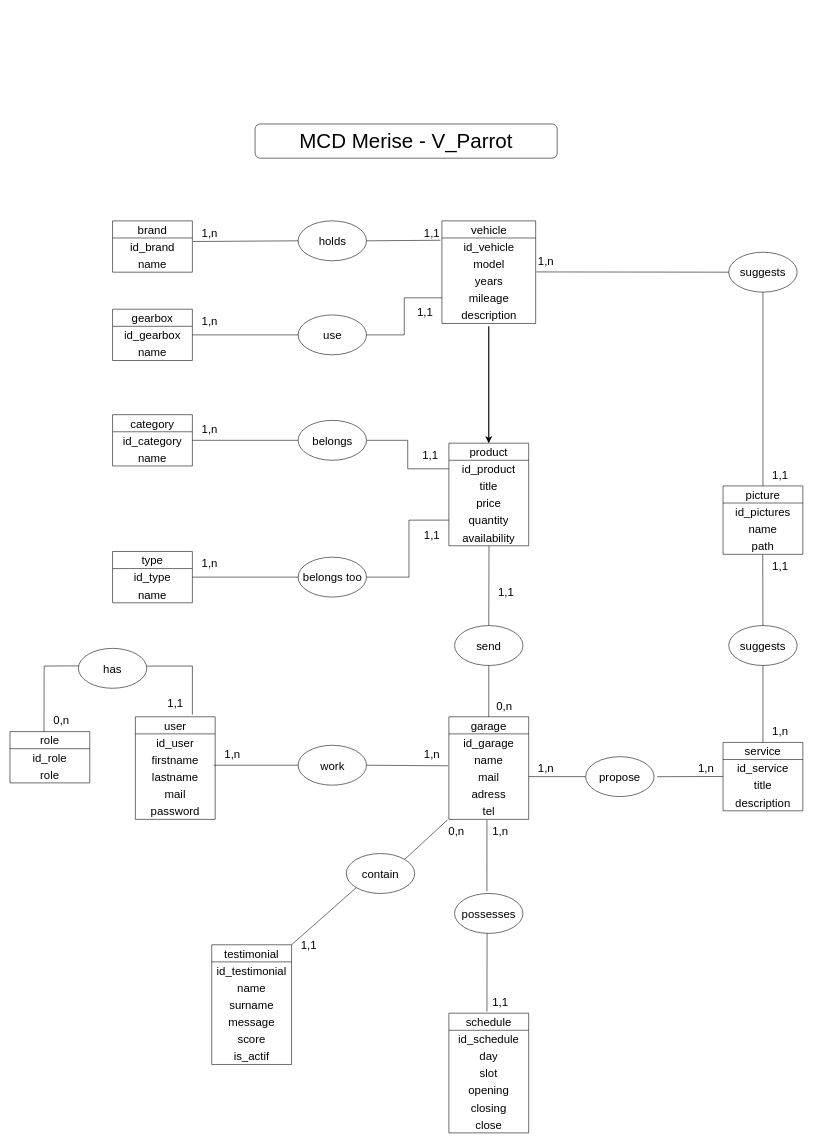
Above: doc/MCD.drawio in Lykoleen/SF_V_Parrot (draw.io), before the change. Source tidied: cells renumbered, new cells numbered last; positions are measured from the earlier drawing's top-left corner, leaving out a move shared by most shapes. Both pictures are drawn from the tidied source at 57%, with x=0, y=0 at pixel (10, 124).
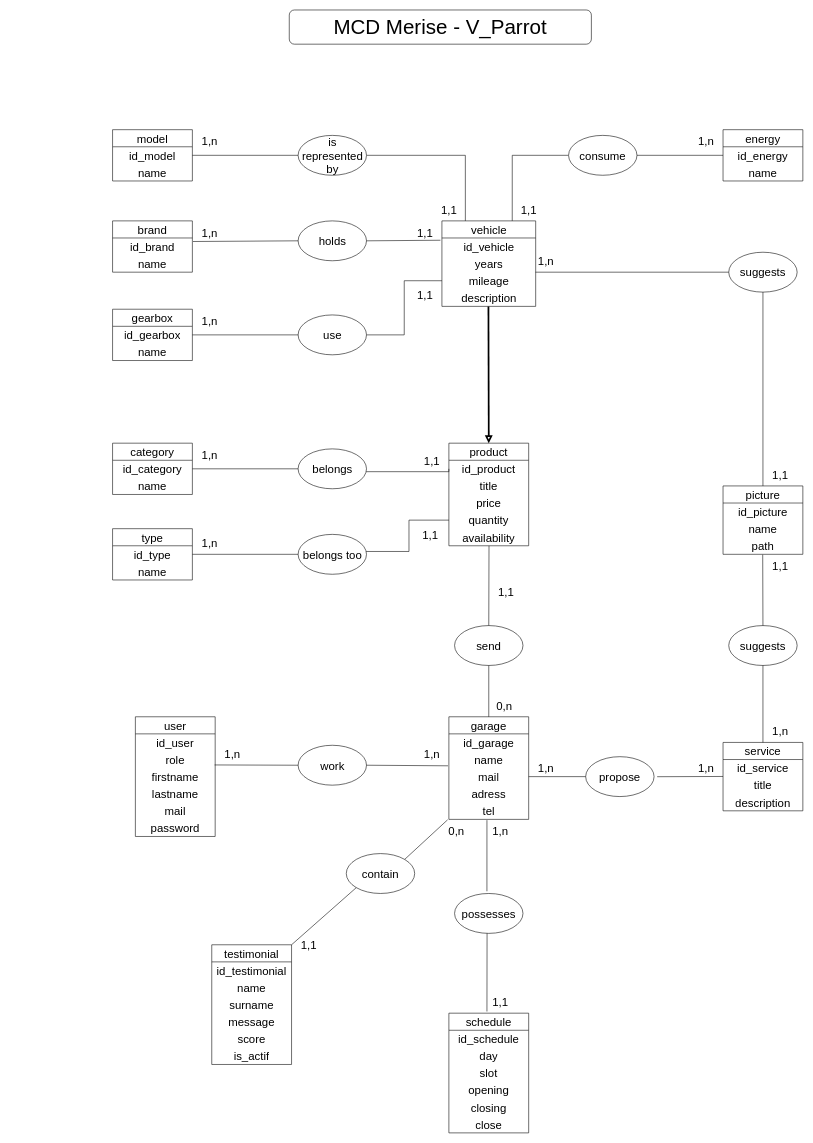
Above is the later version.

Commit message (it also covers changes not shown here):
Prepare merge entity into main

Unchanged cells that the change refers to:
```xml
<mxCell id="42" value="product" style="swimlane;fontStyle=0;horizontal=1;startSize=30;whiteSpace=wrap;html=1;align=center;fontSize=20;" parent="1" vertex="1">
  <mxGeometry x="770" y="560" width="140" height="180" as="geometry" />
</mxCell>
<mxCell id="43" value="id_product" style="text;strokeColor=none;fillColor=none;align=center;verticalAlign=middle;spacingLeft=4;spacingRight=4;overflow=hidden;points=[[0,0.5],[1,0.5]];portConstraint=eastwest;whiteSpace=wrap;html=1;fontSize=20;" parent="42" vertex="1">
  <mxGeometry y="30" width="140" height="30" as="geometry" />
</mxCell>
<mxCell id="46" value="quantity" style="text;strokeColor=none;fillColor=none;align=center;verticalAlign=middle;spacingLeft=4;spacingRight=4;overflow=hidden;points=[[0,0.5],[1,0.5]];portConstraint=eastwest;whiteSpace=wrap;html=1;fontSize=20;" parent="42" vertex="1">
  <mxGeometry y="120" width="140" height="30" as="geometry" />
</mxCell>
<mxCell id="62" value="work" style="ellipse;whiteSpace=wrap;html=1;fontSize=20;" parent="1" vertex="1">
  <mxGeometry x="505.5" y="1090" width="120" height="70" as="geometry" />
</mxCell>
<mxCell id="72" value="1,n" style="text;html=1;align=center;verticalAlign=middle;points=[];strokeColor=none;fillColor=none;fontSize=20;" parent="1" vertex="1">
  <mxGeometry x="360" y="1085" width="60" height="40" as="geometry" />
</mxCell>
<mxCell id="97" value="picture" style="swimlane;fontStyle=0;horizontal=1;startSize=30;whiteSpace=wrap;html=1;align=center;fontSize=20;" parent="1" vertex="1">
  <mxGeometry x="1251" y="635" width="140" height="120" as="geometry" />
</mxCell>
<mxCell id="101" value="suggests" style="ellipse;whiteSpace=wrap;html=1;fontSize=20;" parent="1" vertex="1">
  <mxGeometry x="1261" y="225" width="120" height="70" as="geometry" />
</mxCell>
<mxCell id="110" value="1,n" style="text;html=1;align=center;verticalAlign=middle;points=[];strokeColor=none;fillColor=none;fontSize=20;" parent="1" vertex="1">
  <mxGeometry x="910" y="220" width="60" height="40" as="geometry" />
</mxCell>
```

Diff of the diagram source:
```diff
@@
     <mxCell id="2" value="&lt;font style=&quot;font-size: 36px;&quot;&gt;MCD Merise - V_Parrot&lt;/font&gt;" style="rounded=1;whiteSpace=wrap;html=1;" parent="1" vertex="1">
-      <mxGeometry x="430" width="530" height="60" as="geometry" />
+      <mxGeometry x="490" y="-200" width="530" height="60" as="geometry" />
     </mxCell>
@@
     <mxCell id="53" value="user" style="swimlane;fontStyle=0;horizontal=1;startSize=30;whiteSpace=wrap;html=1;align=center;fontSize=20;" parent="1" vertex="1">
-      <mxGeometry x="220" y="1040" width="140" height="180" as="geometry" />
+      <mxGeometry x="220" y="1040" width="140" height="210" as="geometry" />
     </mxCell>
@@
+    <mxCell id="61" value="role" style="text;strokeColor=none;fillColor=none;align=center;verticalAlign=middle;spacingLeft=4;spacingRight=4;overflow=hidden;whiteSpace=wrap;html=1;fontSize=20;" parent="53" vertex="1">
+      <mxGeometry y="60" width="140" height="30" as="geometry" />
+    </mxCell>
     <mxCell id="55" value="firstname" style="text;strokeColor=none;fillColor=none;align=center;verticalAlign=middle;spacingLeft=4;spacingRight=4;overflow=hidden;whiteSpace=wrap;html=1;fontSize=20;" parent="53" vertex="1">
-      <mxGeometry y="60" width="140" height="30" as="geometry" />
+      <mxGeometry y="90" width="140" height="30" as="geometry" />
     </mxCell>
     <mxCell id="56" value="lastname" style="text;strokeColor=none;fillColor=none;align=center;verticalAlign=middle;spacingLeft=4;spacingRight=4;overflow=hidden;points=[[0,0.5],[1,0.5]];portConstraint=eastwest;whiteSpace=wrap;html=1;fontSize=20;" parent="53" vertex="1">
-      <mxGeometry y="90" width="140" height="30" as="geometry" />
+      <mxGeometry y="120" width="140" height="30" as="geometry" />
     </mxCell>
     <mxCell id="57" value="mail" style="text;strokeColor=none;fillColor=none;align=center;verticalAlign=middle;spacingLeft=4;spacingRight=4;overflow=hidden;whiteSpace=wrap;html=1;fontSize=20;" parent="53" vertex="1">
-      <mxGeometry y="120" width="140" height="30" as="geometry" />
+      <mxGeometry y="150" width="140" height="30" as="geometry" />
     </mxCell>
     <mxCell id="58" value="password" style="text;strokeColor=none;fillColor=none;align=center;verticalAlign=middle;spacingLeft=4;spacingRight=4;overflow=hidden;whiteSpace=wrap;html=1;fontSize=20;" parent="53" vertex="1">
-      <mxGeometry y="150" width="140" height="30" as="geometry" />
+      <mxGeometry y="180" width="140" height="30" as="geometry" />
     </mxCell>
-    <mxCell id="59" value="role" style="swimlane;fontStyle=0;horizontal=1;startSize=30;whiteSpace=wrap;html=1;align=center;fontSize=20;" parent="1" vertex="1">
-      <mxGeometry y="1066" width="140" height="90" as="geometry" />
-    </mxCell>
-    <mxCell id="60" value="id_role" style="text;strokeColor=none;fillColor=none;align=center;verticalAlign=middle;spacingLeft=4;spacingRight=4;overflow=hidden;whiteSpace=wrap;html=1;fontSize=20;" parent="59" vertex="1">
-      <mxGeometry y="30" width="140" height="30" as="geometry" />
-    </mxCell>
-    <mxCell id="61" value="role" style="text;strokeColor=none;fillColor=none;align=center;verticalAlign=middle;spacingLeft=4;spacingRight=4;overflow=hidden;whiteSpace=wrap;html=1;fontSize=20;" parent="59" vertex="1">
-      <mxGeometry y="60" width="140" height="30" as="geometry" />
-    </mxCell>
@@
-    <mxCell id="63" value="has" style="ellipse;whiteSpace=wrap;html=1;fontSize=20;" parent="1" vertex="1">
-      <mxGeometry x="120" y="920" width="120" height="70" as="geometry" />
-    </mxCell>
-    <mxCell id="64" style="endArrow=none;html=1;rounded=0;exitX=0.982;exitY=-0.167;exitDx=0;exitDy=0;entryX=0;entryY=0.5;entryDx=0;entryDy=0;exitPerimeter=0;" parent="1" edge="1" source="56" target="62">
+    <mxCell id="64" style="endArrow=none;html=1;rounded=0;exitX=-0.017;exitY=0.988;exitDx=0;exitDy=0;entryX=0;entryY=0.5;entryDx=0;entryDy=0;exitPerimeter=0;" parent="1" edge="1" source="72" target="62">
       <mxGeometry relative="1" as="geometry" />
     </mxCell>
@@
-    <mxCell id="66" style="endArrow=none;html=1;rounded=0;exitX=0.5;exitY=0;exitDx=0;exitDy=0;" parent="1" edge="1">
-      <mxGeometry relative="1" as="geometry">
-        <mxPoint x="320" y="1036" as="sourcePoint" />
-        <mxPoint x="320" y="951" as="targetPoint" />
-      </mxGeometry>
-    </mxCell>
-    <mxCell id="67" style="endArrow=none;html=1;rounded=0;entryX=1.001;entryY=0.443;entryDx=0;entryDy=0;entryPerimeter=0;" parent="1" edge="1" target="63">
-      <mxGeometry relative="1" as="geometry">
-        <mxPoint x="320" y="951" as="sourcePoint" />
-      </mxGeometry>
-    </mxCell>
-    <mxCell id="68" style="endArrow=none;html=1;rounded=0;exitX=0.426;exitY=0.005;exitDx=0;exitDy=0;exitPerimeter=0;" parent="1" edge="1" source="59">
-      <mxGeometry relative="1" as="geometry">
-        <mxPoint x="60" y="951" as="targetPoint" />
-      </mxGeometry>
-    </mxCell>
-    <mxCell id="69" style="endArrow=none;html=1;rounded=0;entryX=0.004;entryY=0.438;entryDx=0;entryDy=0;entryPerimeter=0;" parent="1" edge="1" target="63">
-      <mxGeometry relative="1" as="geometry">
-        <mxPoint x="60" y="951" as="sourcePoint" />
-      </mxGeometry>
-    </mxCell>
-    <mxCell id="70" value="1,1" style="text;html=1;align=center;verticalAlign=middle;strokeColor=none;fillColor=none;fontSize=20;" parent="1" vertex="1">
-      <mxGeometry x="260" y="996" width="60" height="40" as="geometry" />
-    </mxCell>
@@
-    <mxCell id="73" value="0,n" style="text;html=1;align=center;verticalAlign=middle;strokeColor=none;fillColor=none;fontSize=20;" parent="1" vertex="1">
-      <mxGeometry x="60" y="1026" width="60" height="40" as="geometry" />
-    </mxCell>
     <mxCell id="74" value="vehicle" style="swimlane;fontStyle=0;horizontal=1;startSize=30;whiteSpace=wrap;html=1;align=center;fontSize=20;" parent="1" vertex="1">
-      <mxGeometry x="757.8" y="170" width="164.5" height="180" as="geometry" />
+      <mxGeometry x="757.8" y="170" width="164.5" height="150" as="geometry" />
     </mxCell>
@@
-    <mxCell id="76" value="model" style="text;strokeColor=none;fillColor=none;align=center;verticalAlign=middle;spacingLeft=4;spacingRight=4;overflow=hidden;points=[[0,0.5],[1,0.5]];portConstraint=eastwest;whiteSpace=wrap;html=1;fontSize=20;" parent="74" vertex="1">
-      <mxGeometry y="60" width="164.5" height="30" as="geometry" />
-    </mxCell>
     <mxCell id="77" value="years" style="text;strokeColor=none;fillColor=none;align=center;verticalAlign=middle;spacingLeft=4;spacingRight=4;overflow=hidden;points=[[0,0.5],[1,0.5]];portConstraint=eastwest;whiteSpace=wrap;html=1;fontSize=20;" parent="74" vertex="1">
-      <mxGeometry y="90" width="164.5" height="30" as="geometry" />
+      <mxGeometry y="60" width="164.5" height="30" as="geometry" />
     </mxCell>
     <mxCell id="78" value="mileage" style="text;strokeColor=none;fillColor=none;align=center;verticalAlign=middle;spacingLeft=4;spacingRight=4;overflow=hidden;points=[[0,0.5],[1,0.5]];portConstraint=eastwest;whiteSpace=wrap;html=1;fontSize=20;" parent="74" vertex="1">
-      <mxGeometry y="120" width="164.5" height="30" as="geometry" />
+      <mxGeometry y="90" width="164.5" height="30" as="geometry" />
     </mxCell>
     <mxCell id="79" value="description" style="text;strokeColor=none;fillColor=none;align=center;verticalAlign=middle;spacingLeft=4;spacingRight=4;overflow=hidden;points=[[0,0.5],[1,0.5]];portConstraint=eastwest;whiteSpace=wrap;html=1;fontSize=20;" parent="74" vertex="1">
-      <mxGeometry y="150" width="164.5" height="30" as="geometry" />
+      <mxGeometry y="120" width="164.5" height="30" as="geometry" />
     </mxCell>
-    <mxCell id="80" style="endArrow=none;html=1;rounded=0;entryX=0.5;entryY=1.167;entryDx=0;entryDy=0;exitX=0.5;exitY=0;exitDx=0;exitDy=0;entryPerimeter=0;strokeWidth=2;startArrow=classic;startFill=1;" parent="1" edge="1">
-      <mxGeometry relative="1" as="geometry">
-        <mxPoint x="840" y="560" as="sourcePoint" />
-        <mxPoint x="840" y="355" as="targetPoint" />
-      </mxGeometry>
-    </mxCell>
+    <mxCell id="127" style="endArrow=none;html=1;rounded=0;exitX=0.5;exitY=0;exitDx=0;exitDy=0;entryX=0.496;entryY=1.002;entryDx=0;entryDy=0;entryPerimeter=0;endFill=0;startArrow=block;startFill=0;strokeWidth=3;" parent="1" edge="1" source="42" target="79">
+      <mxGeometry relative="1" as="geometry" />
+    </mxCell>
@@
     <mxCell id="94" value="1,1" style="text;html=1;align=center;verticalAlign=middle;strokeColor=none;fillColor=none;fontSize=20;" parent="1" vertex="1">
-      <mxGeometry x="697.8" y="310" width="60" height="40" as="geometry" />
+      <mxGeometry x="697.8" y="280" width="60" height="40" as="geometry" />
     </mxCell>
     <mxCell id="95" value="1,1" style="text;html=1;align=center;verticalAlign=middle;strokeColor=none;fillColor=none;fontSize=20;" parent="1" vertex="1">
-      <mxGeometry x="710" y="170" width="60" height="40" as="geometry" />
+      <mxGeometry x="697.8" y="170" width="60" height="40" as="geometry" />
     </mxCell>
@@
-    <mxCell id="98" value="id_pictures" style="text;strokeColor=none;fillColor=none;align=center;verticalAlign=middle;spacingLeft=4;spacingRight=4;overflow=hidden;whiteSpace=wrap;html=1;fontSize=20;" parent="97" vertex="1">
+    <mxCell id="98" value="id_picture" style="text;strokeColor=none;fillColor=none;align=center;verticalAlign=middle;spacingLeft=4;spacingRight=4;overflow=hidden;whiteSpace=wrap;html=1;fontSize=20;" parent="97" vertex="1">
       <mxGeometry y="30" width="140" height="30" as="geometry" />
     </mxCell>
@@
-    <mxCell id="103" style="endArrow=none;html=1;rounded=0;entryX=0;entryY=0.5;entryDx=0;entryDy=0;exitX=1.007;exitY=-0.014;exitDx=0;exitDy=0;exitPerimeter=0;" parent="1" edge="1" source="77" target="101">
+    <mxCell id="103" style="endArrow=none;html=1;rounded=0;entryX=0;entryY=0.5;entryDx=0;entryDy=0;exitX=0.2;exitY=1;exitDx=0;exitDy=0;exitPerimeter=0;" parent="1" edge="1" source="110" target="101">
       <mxGeometry relative="1" as="geometry" />
     </mxCell>
@@
     <mxCell id="111" value="category" style="swimlane;fontStyle=0;horizontal=1;startSize=30;whiteSpace=wrap;html=1;align=center;fontSize=20;" parent="1" vertex="1">
-      <mxGeometry x="180" y="510" width="140" height="90" as="geometry" />
+      <mxGeometry x="180" y="560" width="140" height="90" as="geometry" />
     </mxCell>
@@
-    <mxCell id="113" value="name" style="text;strokeColor=none;fillColor=none;align=center;verticalAlign=middle;spacingLeft=4;spacingRight=4;overflow=hidden;whiteSpace=wrap;html=1;fontSize=20;" parent="111" vertex="1">
-      <mxGeometry y="60" width="140" height="30" as="geometry" />
-    </mxCell>
+    <mxCell id="128" value="name" style="text;strokeColor=none;fillColor=none;align=center;verticalAlign=middle;spacingLeft=4;spacingRight=4;overflow=hidden;whiteSpace=wrap;html=1;fontSize=20;" parent="111" vertex="1">
+      <mxGeometry y="60" width="140" height="30" as="geometry" />
+    </mxCell>
     <mxCell id="114" value="type" style="swimlane;fontStyle=0;horizontal=1;startSize=30;whiteSpace=wrap;html=1;align=center;fontSize=20;" parent="1" vertex="1">
-      <mxGeometry x="180" y="750" width="140" height="90" as="geometry" />
+      <mxGeometry x="180" y="710" width="140" height="90" as="geometry" />
     </mxCell>
@@
-    <mxCell id="116" value="name" style="text;strokeColor=none;fillColor=none;align=center;verticalAlign=middle;spacingLeft=4;spacingRight=4;overflow=hidden;whiteSpace=wrap;html=1;fontSize=20;" parent="114" vertex="1">
-      <mxGeometry y="60" width="140" height="30" as="geometry" />
-    </mxCell>
+    <mxCell id="129" value="name" style="text;strokeColor=none;fillColor=none;align=center;verticalAlign=middle;spacingLeft=4;spacingRight=4;overflow=hidden;whiteSpace=wrap;html=1;fontSize=20;" parent="114" vertex="1">
+      <mxGeometry y="60" width="140" height="30" as="geometry" />
+    </mxCell>
@@
-    <mxCell id="118" style="edgeStyle=orthogonalEdgeStyle;rounded=0;jettySize=auto;html=1;entryX=0;entryY=0.5;entryDx=0;entryDy=0;endArrow=none;endFill=0;" parent="1" edge="1" source="119" target="43">
-      <mxGeometry relative="1" as="geometry" />
-    </mxCell>
+    <mxCell id="130" style="edgeStyle=orthogonalEdgeStyle;rounded=0;jettySize=auto;html=1;entryX=0;entryY=0.5;entryDx=0;entryDy=0;endArrow=none;endFill=0;" parent="1" edge="1" source="119">
+      <mxGeometry relative="1" as="geometry">
+        <mxPoint x="770" y="605" as="targetPoint" />
+        <Array as="points">
+          <mxPoint x="770" y="610" />
+        </Array>
+      </mxGeometry>
+    </mxCell>
     <mxCell id="119" value="belongs" style="ellipse;whiteSpace=wrap;html=1;fontSize=20;" parent="1" vertex="1">
-      <mxGeometry x="505.5" y="520" width="120" height="70" as="geometry" />
+      <mxGeometry x="505.5" y="570" width="120" height="70" as="geometry" />
     </mxCell>
-    <mxCell id="120" style="edgeStyle=orthogonalEdgeStyle;rounded=0;jettySize=auto;html=1;entryX=0;entryY=0.5;entryDx=0;entryDy=0;endArrow=none;endFill=0;" parent="1" edge="1" source="121" target="46">
-      <mxGeometry relative="1" as="geometry">
-        <Array as="points">
-          <mxPoint x="700" y="795" />
-          <mxPoint x="700" y="695" />
-        </Array>
-      </mxGeometry>
-    </mxCell>
+    <mxCell id="131" style="edgeStyle=orthogonalEdgeStyle;rounded=0;jettySize=auto;html=1;entryX=0;entryY=0.5;entryDx=0;entryDy=0;endArrow=none;endFill=0;" parent="1" edge="1" source="121">
+      <mxGeometry relative="1" as="geometry">
+        <mxPoint x="770" y="695" as="targetPoint" />
+        <Array as="points">
+          <mxPoint x="700" y="750" />
+          <mxPoint x="700" y="695" />
+        </Array>
+      </mxGeometry>
+    </mxCell>
     <mxCell id="121" value="belongs too" style="ellipse;whiteSpace=wrap;html=1;fontSize=20;" parent="1" vertex="1">
-      <mxGeometry x="505.5" y="760" width="120" height="70" as="geometry" />
+      <mxGeometry x="505.5" y="720" width="120" height="70" as="geometry" />
     </mxCell>
-    <mxCell id="122" value="1,1" style="text;html=1;align=center;verticalAlign=middle;strokeColor=none;fillColor=none;fontSize=20;" parent="1" vertex="1">
-      <mxGeometry x="707" y="560" width="60" height="40" as="geometry" />
-    </mxCell>
-    <mxCell id="123" value="1,n" style="text;html=1;align=center;verticalAlign=middle;strokeColor=none;fillColor=none;fontSize=20;" parent="1" vertex="1">
-      <mxGeometry x="320" y="515" width="60" height="40" as="geometry" />
-    </mxCell>
+    <mxCell id="132" value="1,1" style="text;html=1;align=center;verticalAlign=middle;strokeColor=none;fillColor=none;fontSize=20;" parent="1" vertex="1">
+      <mxGeometry x="710" y="570" width="60" height="40" as="geometry" />
+    </mxCell>
+    <mxCell id="133" value="1,n" style="text;html=1;align=center;verticalAlign=middle;strokeColor=none;fillColor=none;fontSize=20;" parent="1" vertex="1">
+      <mxGeometry x="320" y="560" width="60" height="40" as="geometry" />
+    </mxCell>
@@
-    <mxCell id="125" value="1,1" style="text;html=1;align=center;verticalAlign=middle;strokeColor=none;fillColor=none;fontSize=20;" parent="1" vertex="1">
-      <mxGeometry x="710" y="700" width="60" height="40" as="geometry" />
-    </mxCell>
-    <mxCell id="126" value="1,n" style="text;html=1;align=center;verticalAlign=middle;strokeColor=none;fillColor=none;fontSize=20;" parent="1" vertex="1">
-      <mxGeometry x="320" y="750" width="60" height="40" as="geometry" />
-    </mxCell>
+    <mxCell id="134" value="1,1" style="text;html=1;align=center;verticalAlign=middle;strokeColor=none;fillColor=none;fontSize=20;" parent="1" vertex="1">
+      <mxGeometry x="707" y="700" width="60" height="40" as="geometry" />
+    </mxCell>
+    <mxCell id="135" value="1,n" style="text;html=1;align=center;verticalAlign=middle;strokeColor=none;fillColor=none;fontSize=20;" parent="1" vertex="1">
+      <mxGeometry x="320" y="715" width="60" height="40" as="geometry" />
+    </mxCell>
+    <mxCell id="136" style="edgeStyle=orthogonalEdgeStyle;rounded=0;jettySize=auto;html=1;entryX=0;entryY=0.5;entryDx=0;entryDy=0;endArrow=none;endFill=0;" parent="1" edge="1" source="76" target="140">
+      <mxGeometry relative="1" as="geometry" />
+    </mxCell>
+    <mxCell id="76" value="model" style="swimlane;fontStyle=0;horizontal=1;startSize=30;whiteSpace=wrap;html=1;align=center;fontSize=20;" parent="1" vertex="1">
+      <mxGeometry x="180" y="10" width="140" height="90" as="geometry" />
+    </mxCell>
+    <mxCell id="137" value="id_model" style="text;strokeColor=none;fillColor=none;align=center;verticalAlign=middle;spacingLeft=4;spacingRight=4;overflow=hidden;whiteSpace=wrap;html=1;fontSize=20;" parent="76" vertex="1">
+      <mxGeometry y="30" width="140" height="30" as="geometry" />
+    </mxCell>
+    <mxCell id="138" value="name" style="text;strokeColor=none;fillColor=none;align=center;verticalAlign=middle;spacingLeft=4;spacingRight=4;overflow=hidden;whiteSpace=wrap;html=1;fontSize=20;" parent="76" vertex="1">
+      <mxGeometry y="60" width="140" height="30" as="geometry" />
+    </mxCell>
+    <mxCell id="139" style="edgeStyle=orthogonalEdgeStyle;rounded=0;jettySize=auto;html=1;entryX=0.25;entryY=0;entryDx=0;entryDy=0;endArrow=none;endFill=0;" parent="1" edge="1" source="140" target="74">
+      <mxGeometry relative="1" as="geometry" />
+    </mxCell>
+    <mxCell id="140" value="is represented by" style="ellipse;whiteSpace=wrap;html=1;fontSize=20;" parent="1" vertex="1">
+      <mxGeometry x="505.5" y="20" width="120" height="70" as="geometry" />
+    </mxCell>
+    <mxCell id="141" value="energy" style="swimlane;fontStyle=0;horizontal=1;startSize=30;whiteSpace=wrap;html=1;align=center;fontSize=20;" parent="1" vertex="1">
+      <mxGeometry x="1251" y="10" width="140" height="90" as="geometry" />
+    </mxCell>
+    <mxCell id="142" value="id_energy" style="text;strokeColor=none;fillColor=none;align=center;verticalAlign=middle;spacingLeft=4;spacingRight=4;overflow=hidden;points=[[0,0.5],[1,0.5]];portConstraint=eastwest;whiteSpace=wrap;html=1;fontSize=20;" parent="141" vertex="1">
+      <mxGeometry y="30" width="140" height="30" as="geometry" />
+    </mxCell>
+    <mxCell id="143" value="name" style="text;strokeColor=none;fillColor=none;align=center;verticalAlign=middle;spacingLeft=4;spacingRight=4;overflow=hidden;whiteSpace=wrap;html=1;fontSize=20;" parent="141" vertex="1">
+      <mxGeometry y="60" width="140" height="30" as="geometry" />
+    </mxCell>
+    <mxCell id="144" style="edgeStyle=orthogonalEdgeStyle;rounded=0;jettySize=auto;html=1;entryX=0.75;entryY=0;entryDx=0;entryDy=0;endArrow=none;endFill=0;" parent="1" edge="1" source="146" target="74">
+      <mxGeometry relative="1" as="geometry" />
+    </mxCell>
+    <mxCell id="145" style="edgeStyle=orthogonalEdgeStyle;rounded=0;jettySize=auto;html=1;entryX=0;entryY=0.5;entryDx=0;entryDy=0;endArrow=none;endFill=0;" parent="1" edge="1" source="146" target="142">
+      <mxGeometry relative="1" as="geometry" />
+    </mxCell>
+    <mxCell id="146" value="consume" style="ellipse;whiteSpace=wrap;html=1;fontSize=20;" parent="1" vertex="1">
+      <mxGeometry x="980" y="20" width="120" height="70" as="geometry" />
+    </mxCell>
+    <mxCell id="147" value="1,1" style="text;html=1;align=center;verticalAlign=middle;strokeColor=none;fillColor=none;fontSize=20;" parent="1" vertex="1">
+      <mxGeometry x="740" y="130" width="60" height="40" as="geometry" />
+    </mxCell>
+    <mxCell id="148" value="1,1" style="text;html=1;align=center;verticalAlign=middle;strokeColor=none;fillColor=none;fontSize=20;" parent="1" vertex="1">
+      <mxGeometry x="880" y="130" width="60" height="40" as="geometry" />
+    </mxCell>
+    <mxCell id="149" value="1,n" style="text;html=1;align=center;verticalAlign=middle;strokeColor=none;fillColor=none;fontSize=20;" parent="1" vertex="1">
+      <mxGeometry x="320" y="10" width="60" height="40" as="geometry" />
+    </mxCell>
+    <mxCell id="150" value="1,n" style="text;html=1;align=center;verticalAlign=middle;strokeColor=none;fillColor=none;fontSize=20;" parent="1" vertex="1">
+      <mxGeometry x="1191" y="10" width="60" height="40" as="geometry" />
+    </mxCell>
```
